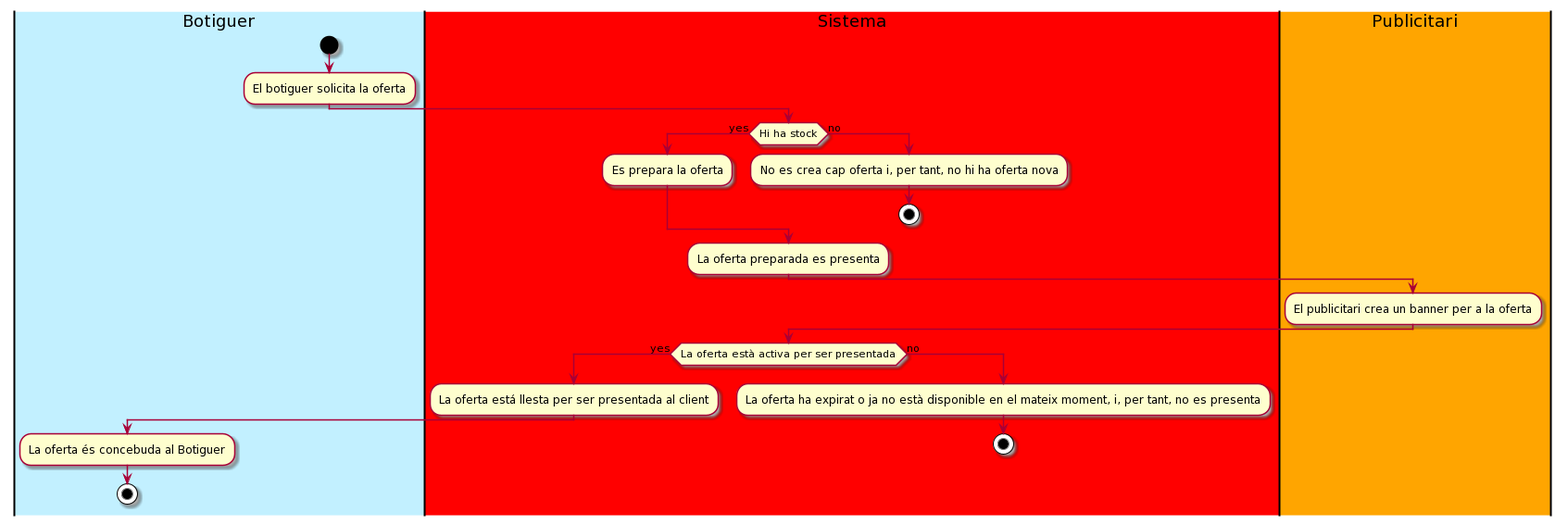
Before: diagrams/sprint2_diag_act_preparacio_oferta.png, a diagram exported from PlantUML (polpagesdev/delivery-app).
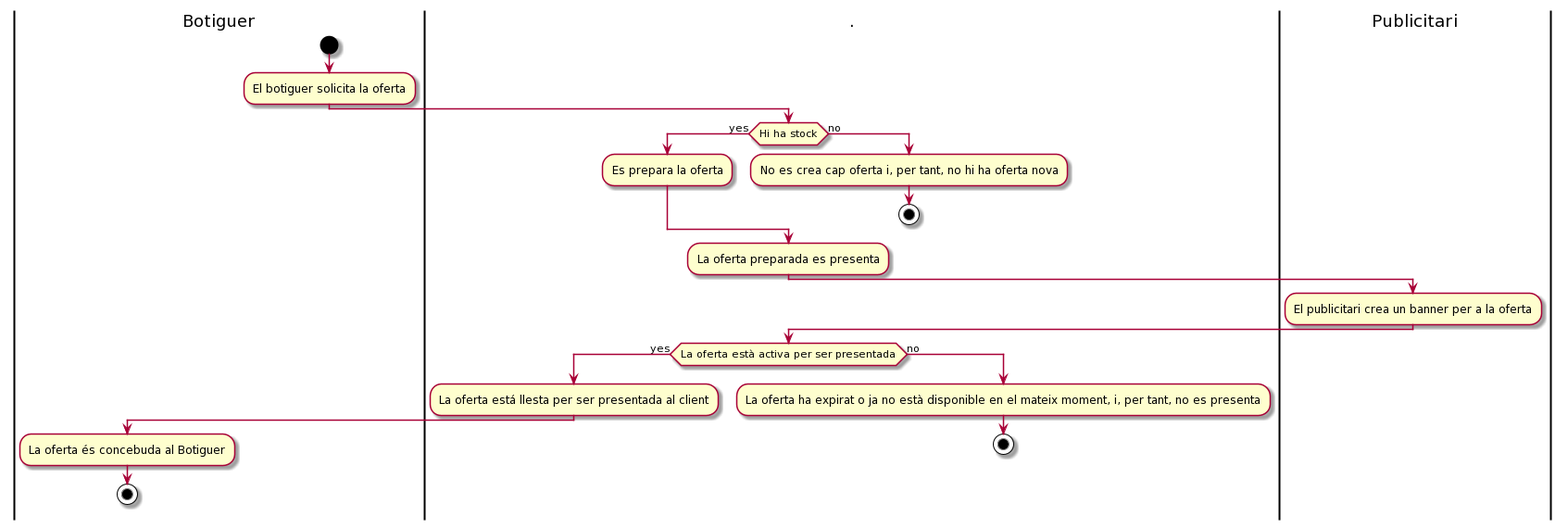
The same diagram one commit later.

Change to the diagram source:
```diff
@@ -1,8 +1,8 @@
 @startuml
-|#Application|Botiguer|
+|Botiguer|
 start
 :El botiguer solicita la oferta;
-|#Red|Sistema|
+|.|
 if(Hi ha stock) then (yes)
   :Es prepara la oferta;
 else (no)
@@ -10,16 +10,16 @@
 stop
 endif
 :La oferta preparada es presenta;
-|#Orange|Publicitari|
+|Publicitari|
 :El publicitari crea un banner per a la oferta;
-|Sistema|
+|.|
 if(La oferta està activa per ser presentada) then (yes)
   :La oferta está llesta per ser presentada al client;
   |Botiguer|
   :La oferta és concebuda al Botiguer;
 stop
 else (no)
-  |Sistema|
+  |.|
   :La oferta ha expirat o ja no està disponible en el mateix moment, i, per tant, no es presenta;
 stop
 endif
```
